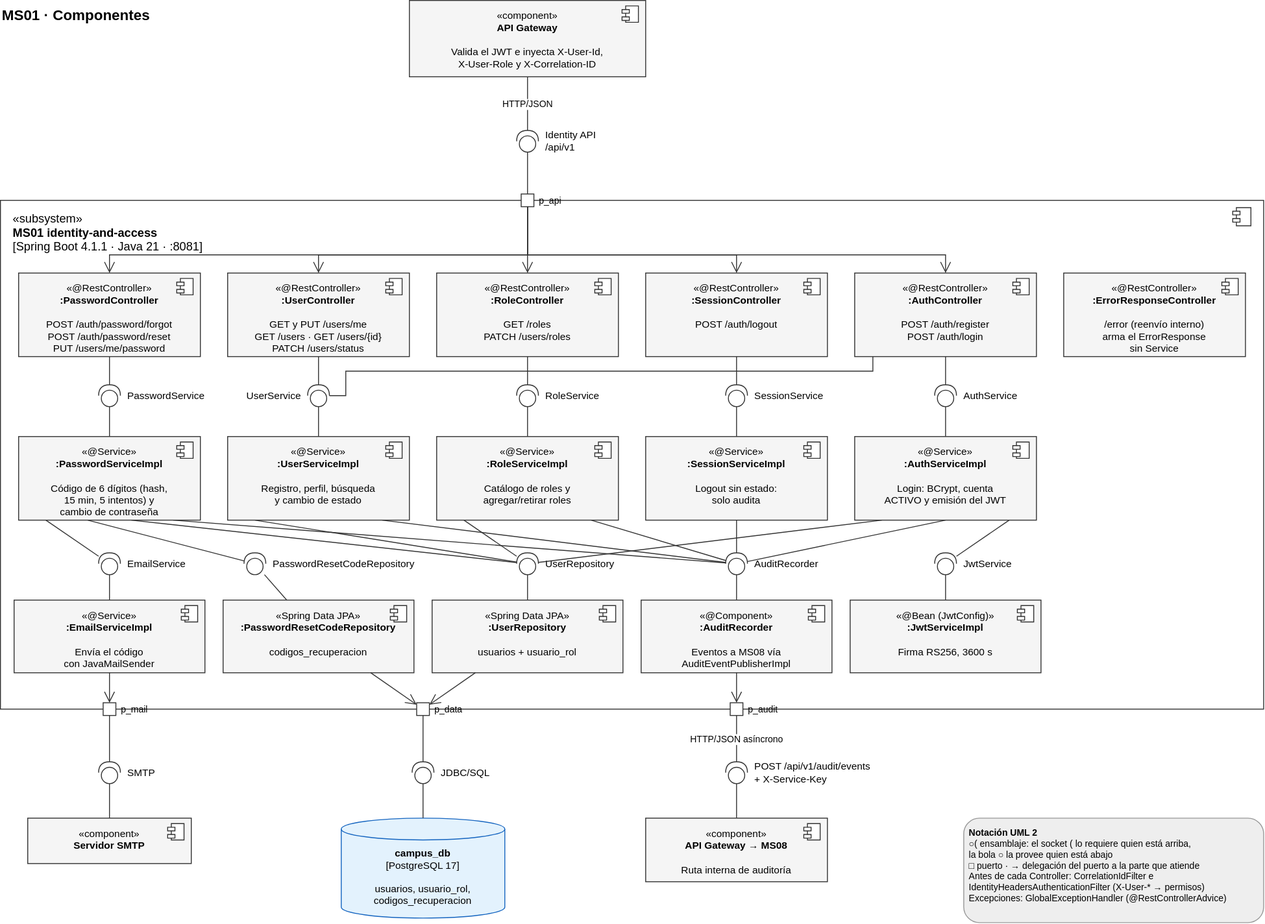
Before: ms01-identity-and-access/diagramas/ms01_c4_3_componentes.drawio.svg, a diagram exported from draw.io (CampusSeguro-DOSW-2026-2/documentation). Source tidied: cells renumbered, new cells last; positions are measured from the earlier drawing's top-left corner, leaving out a move shared by most shapes.
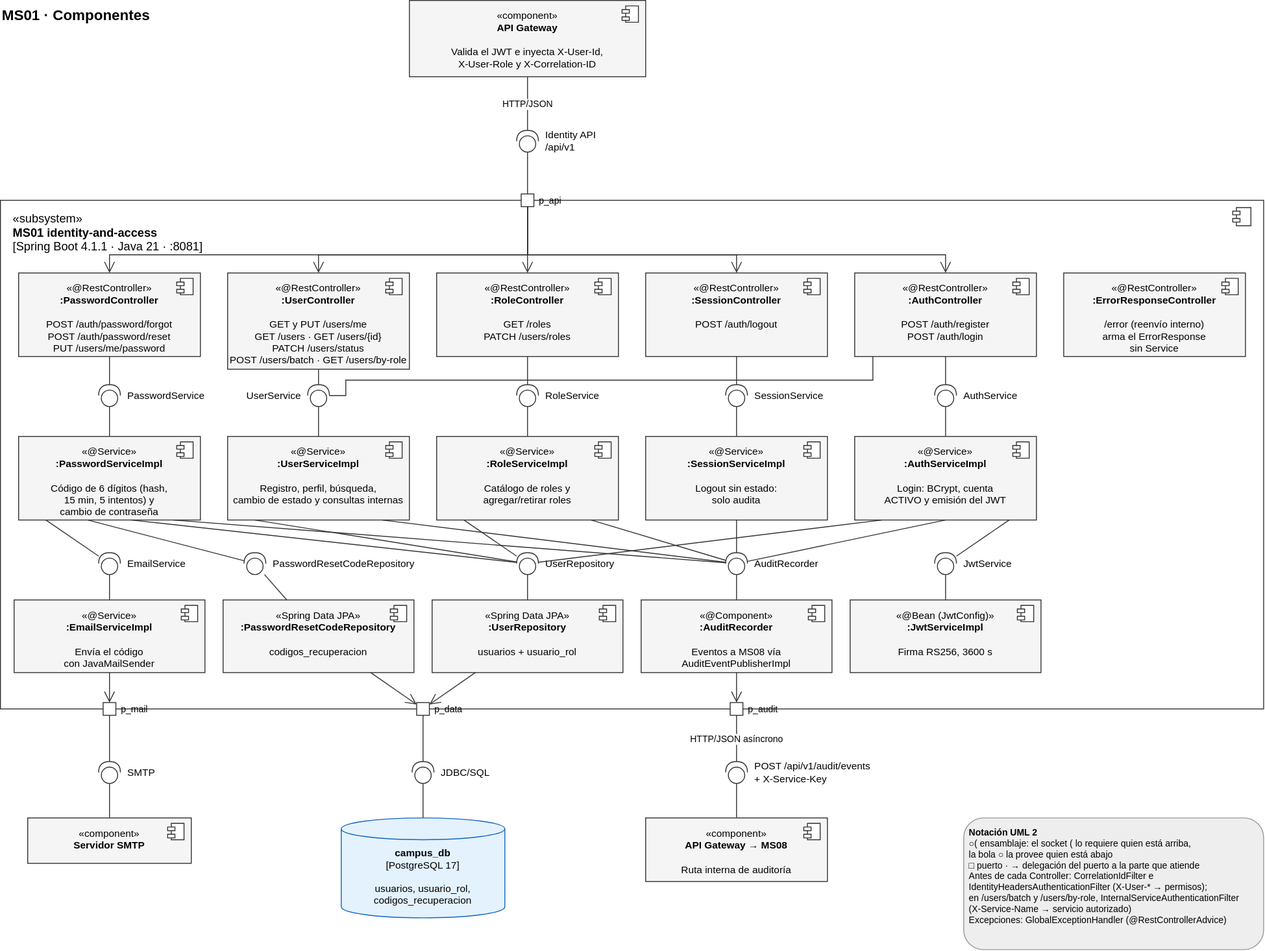
The same diagram one commit later.

Commit message:
docs(ms01): sincronizar documentación con el código (RF, formularios, sesión, modelo de datos, swagger y diagrama de componentes)

The edit, as a diff of the source:
```diff
@@ -32,8 +32,8 @@
     <mxCell id="11" style="shape=module;jettyWidth=8;jettyHeight=4;fillColor=#FFFFFF;strokeColor=#333333;" parent="1" vertex="1">
       <mxGeometry x="194" y="306" width="18" height="18" as="geometry" />
     </mxCell>
-    <mxCell id="12" value="«@RestController»&lt;br&gt;&lt;b&gt;:UserController&lt;/b&gt;&lt;br&gt;&lt;br&gt;GET y PUT /users/me&lt;br&gt;GET /users · GET /users/{id}&lt;br&gt;PATCH /users/status" style="html=1;whiteSpace=wrap;verticalAlign=top;fillColor=#F5F5F5;strokeColor=#333333;fontSize=11;spacingTop=4;" parent="1" vertex="1">
-      <mxGeometry x="250" y="300" width="200" height="92" as="geometry" />
+    <mxCell id="12" value="«@RestController»&lt;br&gt;&lt;b&gt;:UserController&lt;/b&gt;&lt;br&gt;&lt;br&gt;GET y PUT /users/me&lt;br&gt;GET /users · GET /users/{id}&lt;br&gt;PATCH /users/status&lt;br&gt;POST /users/batch · GET /users/by-role" style="html=1;whiteSpace=wrap;verticalAlign=top;fillColor=#F5F5F5;strokeColor=#333333;fontSize=11;spacingTop=4;" parent="1" vertex="1">
+      <mxGeometry x="250" y="300" width="200" height="106" as="geometry" />
     </mxCell>
     <mxCell id="13" style="shape=module;jettyWidth=8;jettyHeight=4;fillColor=#FFFFFF;strokeColor=#333333;" parent="1" vertex="1">
       <mxGeometry x="424" y="306" width="18" height="18" as="geometry" />
@@ -120,7 +120,7 @@
     <mxCell id="32" value="UserService" style="shape=providedRequiredInterface;html=1;direction=north;labelPosition=left;verticalLabelPosition=middle;align=right;verticalAlign=middle;spacingRight=6;fontSize=11;fillColor=#FFFFFF;strokeColor=#333333;" parent="1" vertex="1">
       <mxGeometry x="338" y="423" width="24" height="24" as="geometry" />
     </mxCell>
-    <mxCell id="33" value="«@Service»&lt;br&gt;&lt;b&gt;:UserServiceImpl&lt;/b&gt;&lt;br&gt;&lt;br&gt;Registro, perfil, búsqueda&lt;br&gt;y cambio de estado" style="html=1;whiteSpace=wrap;verticalAlign=top;fillColor=#F5F5F5;strokeColor=#333333;fontSize=11;spacingTop=4;" parent="1" vertex="1">
+    <mxCell id="33" value="«@Service»&lt;br&gt;&lt;b&gt;:UserServiceImpl&lt;/b&gt;&lt;br&gt;&lt;br&gt;Registro, perfil, búsqueda,&lt;br&gt;cambio de estado y consultas internas" style="html=1;whiteSpace=wrap;verticalAlign=top;fillColor=#F5F5F5;strokeColor=#333333;fontSize=11;spacingTop=4;" parent="1" vertex="1">
       <mxGeometry x="250" y="480" width="200" height="92" as="geometry" />
     </mxCell>
     <mxCell id="34" style="shape=module;jettyWidth=8;jettyHeight=4;fillColor=#FFFFFF;strokeColor=#333333;" parent="1" vertex="1">
@@ -180,8 +180,8 @@
     <mxCell id="52" style="endArrow=none;html=1;rounded=0;strokeColor=#333333;edgeStyle=orthogonalEdgeStyle;exitX=0.1;exitY=1;exitDx=0;exitDy=0;" parent="1" edge="1" source="18" target="32">
       <mxGeometry relative="1" as="geometry">
         <Array as="points">
-          <mxPoint x="960" y="408" />
-          <mxPoint x="380" y="408" />
+          <mxPoint x="960" y="418" />
+          <mxPoint x="380" y="418" />
         </Array>
       </mxGeometry>
     </mxCell>
@@ -344,8 +344,8 @@
     <mxCell id="105" style="endArrow=none;html=1;rounded=0;strokeColor=#333333;" parent="1" edge="1" source="94" target="101">
       <mxGeometry relative="1" as="geometry" />
     </mxCell>
-    <mxCell id="106" value="&lt;b&gt;Notación UML 2&lt;/b&gt;&lt;br&gt;○( ensamblaje: el socket ( lo requiere quien está arriba,&lt;br&gt;la bola ○ la provee quien está abajo&lt;br&gt;□ puerto · → delegación del puerto a la parte que atiende&lt;br&gt;Antes de cada Controller: CorrelationIdFilter e&lt;br&gt;IdentityHeadersAuthenticationFilter (X-User-* → permisos)&lt;br&gt;Excepciones: GlobalExceptionHandler (@RestControllerAdvice)" style="html=1;whiteSpace=wrap;align=left;verticalAlign=top;fillColor=#EEEEEE;strokeColor=#999999;fontSize=10;spacing=6;rounded=1;" parent="1" vertex="1">
-      <mxGeometry x="1060" y="900" width="330" height="115" as="geometry" />
+    <mxCell id="106" value="&lt;b&gt;Notación UML 2&lt;/b&gt;&lt;br&gt;○( ensamblaje: el socket ( lo requiere quien está arriba,&lt;br&gt;la bola ○ la provee quien está abajo&lt;br&gt;□ puerto · → delegación del puerto a la parte que atiende&lt;br&gt;Antes de cada Controller: CorrelationIdFilter e&lt;br&gt;IdentityHeadersAuthenticationFilter (X-User-* → permisos);&lt;br&gt;en /users/batch y /users/by-role, InternalServiceAuthenticationFilter&lt;br&gt;(X-Service-Name → servicio autorizado)&lt;br&gt;Excepciones: GlobalExceptionHandler (@RestControllerAdvice)" style="html=1;whiteSpace=wrap;align=left;verticalAlign=top;fillColor=#EEEEEE;strokeColor=#999999;fontSize=10;spacing=6;rounded=1;" parent="1" vertex="1">
+      <mxGeometry x="1060" y="900" width="330" height="145" as="geometry" />
     </mxCell>
     <mxCell id="107" value="MS01 · Componentes" style="text;html=1;fontSize=16;fontStyle=1;align=left;" parent="1" vertex="1">
       <mxGeometry width="300" height="30" as="geometry" />
```
